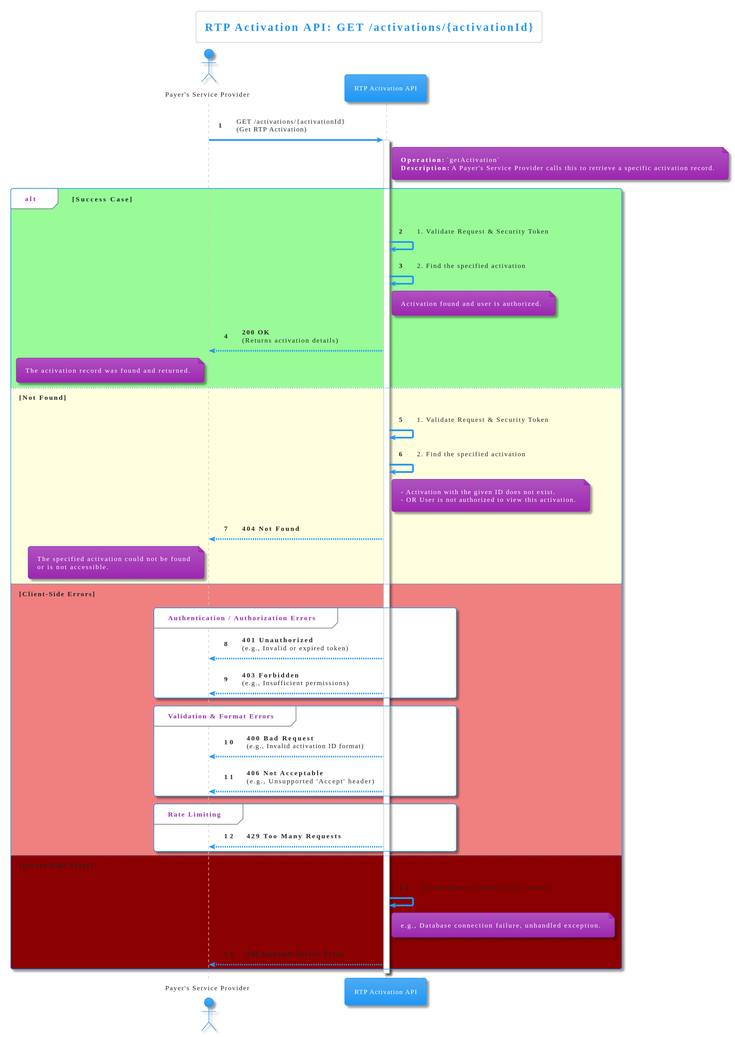
Above: diagrams/get-activation-details.svg in pagopa/rtp-docs (PlantUML), before the change. Source of this version:
```plantuml
@startuml

!theme materia

title RTP Activation API: GET /activations/{activationId}

actor "Payer's Service Provider" as PSP
participant "RTP Activation API" as API

autonumber

PSP -> API: GET /activations/{activationId}\n(Get RTP Activation)
activate API

note right of API
  **Operation:** `getActivation`
  **Description:** A Payer's Service Provider calls this to retrieve a specific activation record.
end note

alt #palegreen Success Case

    API -> API: 1. Validate Request & Security Token
    API -> API: 2. Find the specified activation
    note right of API: Activation found and user is authorized.
    API --> PSP: **200 OK**\n(Returns activation details)
    note left of PSP
        The activation record was found and returned.
    end note

else #lightyellow Not Found

    API -> API: 1. Validate Request & Security Token
    API -> API: 2. Find the specified activation
    note right of API
        - Activation with the given ID does not exist.
        - OR User is not authorized to view this activation.
    end note
    API --> PSP: **404 Not Found**
    note left of PSP
        The specified activation could not be found
        or is not accessible.
    end note

else #lightcoral Client-Side Errors

    group Authentication / Authorization Errors
        API --> PSP: **401 Unauthorized**\n(e.g., Invalid or expired token)
        API --> PSP: **403 Forbidden**\n(e.g., Insufficient permissions)
    end group

    group Validation & Format Errors
        API --> PSP: **400 Bad Request**\n(e.g., Invalid activation ID format)
        API --> PSP: **406 Not Acceptable**\n(e.g., Unsupported 'Accept' header)
    end group

    group Rate Limiting
        API --> PSP: **429 Too Many Requests**
    end group

else #darkred Server-Side Error

    API -> API: An unexpected internal error occurs
    note right of API: e.g., Database connection failure, unhandled exception.
    API --> PSP: **500 Internal Server Error**

end

deactivate API
@enduml
```
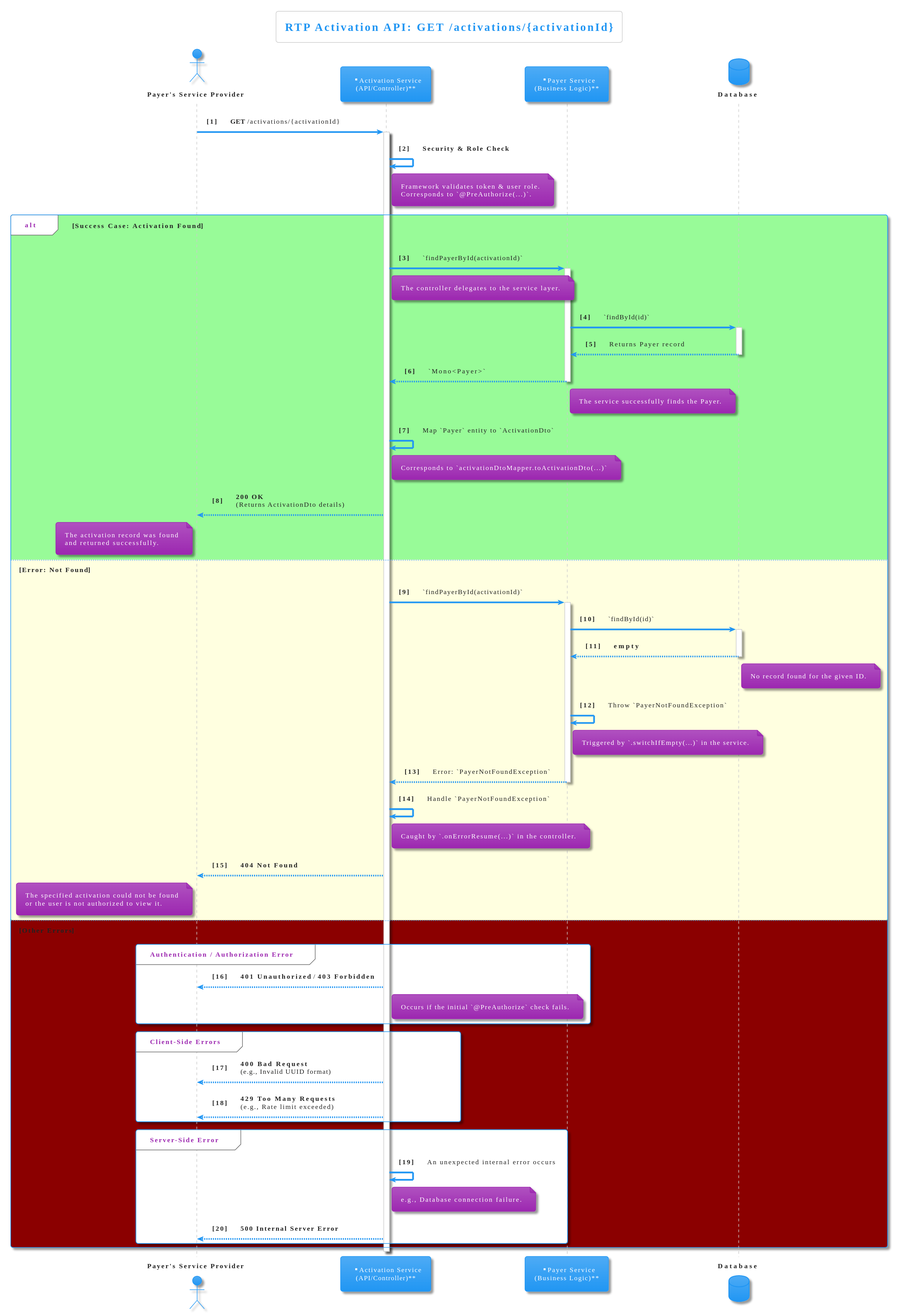
After the commit.

The edit, as a diff of the source:
```diff
@@ -4,66 +4,88 @@
 
 title RTP Activation API: GET /activations/{activationId}
 
-actor "Payer's Service Provider" as PSP
-participant "RTP Activation API" as API
+actor "**Payer's Service Provider**" as PSP
+participant "**Activation Service\n(API/Controller)**" as AS
+participant "**Payer Service\n(Business Logic)**" as PS
+database "**Database**" as DB
 
-autonumber
+autonumber "<b>[0]"
 
-PSP -> API: GET /activations/{activationId}\n(Get RTP Activation)
-activate API
+PSP -> AS: **GET** /activations/{activationId}
+activate AS
 
-note right of API
-  **Operation:** `getActivation`
-  **Description:** A Payer's Service Provider calls this to retrieve a specific activation record.
-end note
+AS -> AS: **Security & Role Check**
+note right of AS: Framework validates token & user role.\nCorresponds to `@PreAuthorize(...)`.
 
-alt #palegreen Success Case
+alt #palegreen **Success Case: Activation Found**
 
-    API -> API: 1. Validate Request & Security Token
-    API -> API: 2. Find the specified activation
-    note right of API: Activation found and user is authorized.
-    API --> PSP: **200 OK**\n(Returns activation details)
+    AS -> PS: `findPayerById(activationId)`
+    activate PS
+    note right of AS: The controller delegates to the service layer.
+
+    PS -> DB: `findById(id)`
+    activate DB
+    DB --> PS: Returns Payer record
+    deactivate DB
+
+    PS --> AS: `Mono<Payer>`
+    deactivate PS
+    note right of PS: The service successfully finds the Payer.
+
+    AS -> AS: Map `Payer` entity to `ActivationDto`
+    note right of AS: Corresponds to `activationDtoMapper.toActivationDto(...)`
+
+    AS --> PSP: **200 OK**\n(Returns ActivationDto details)
     note left of PSP
-        The activation record was found and returned.
+        The activation record was found
+        and returned successfully.
     end note
 
-else #lightyellow Not Found
+else #lightyellow **Error: Not Found**
 
-    API -> API: 1. Validate Request & Security Token
-    API -> API: 2. Find the specified activation
-    note right of API
-        - Activation with the given ID does not exist.
-        - OR User is not authorized to view this activation.
-    end note
-    API --> PSP: **404 Not Found**
+    AS -> PS: `findPayerById(activationId)`
+    activate PS
+
+    PS -> DB: `findById(id)`
+    activate DB
+    DB --> PS: **empty**
+    deactivate DB
+    note right of DB: No record found for the given ID.
+
+    PS -> PS: Throw `PayerNotFoundException`
+    note right of PS: Triggered by `.switchIfEmpty(...)` in the service.
+
+    PS --> AS: Error: `PayerNotFoundException`
+    deactivate PS
+
+    AS -> AS: Handle `PayerNotFoundException`
+    note right of AS: Caught by `.onErrorResume(...)` in the controller.
+
+    AS --> PSP: **404 Not Found**
     note left of PSP
         The specified activation could not be found
-        or is not accessible.
+        or the user is not authorized to view it.
     end note
 
-else #lightcoral Client-Side Errors
+else #darkred **Other Errors**
 
-    group Authentication / Authorization Errors
-        API --> PSP: **401 Unauthorized**\n(e.g., Invalid or expired token)
-        API --> PSP: **403 Forbidden**\n(e.g., Insufficient permissions)
+    group Authentication / Authorization Error
+        AS --> PSP: **401 Unauthorized** / **403 Forbidden**
+        note right of AS: Occurs if the initial `@PreAuthorize` check fails.
     end group
 
-    group Validation & Format Errors
-        API --> PSP: **400 Bad Request**\n(e.g., Invalid activation ID format)
-        API --> PSP: **406 Not Acceptable**\n(e.g., Unsupported 'Accept' header)
+    group Client-Side Errors
+        AS --> PSP: **400 Bad Request**\n(e.g., Invalid UUID format)
+        AS --> PSP: **429 Too Many Requests**\n(e.g., Rate limit exceeded)
     end group
 
-    group Rate Limiting
-        API --> PSP: **429 Too Many Requests**
+    group Server-Side Error
+        AS -> AS: An unexpected internal error occurs
+        note right of AS: e.g., Database connection failure.
+        AS --> PSP: **500 Internal Server Error**
     end group
-
-else #darkred Server-Side Error
-
-    API -> API: An unexpected internal error occurs
-    note right of API: e.g., Database connection failure, unhandled exception.
-    API --> PSP: **500 Internal Server Error**
 
 end
 
-deactivate API
+deactivate AS
 @enduml
```
